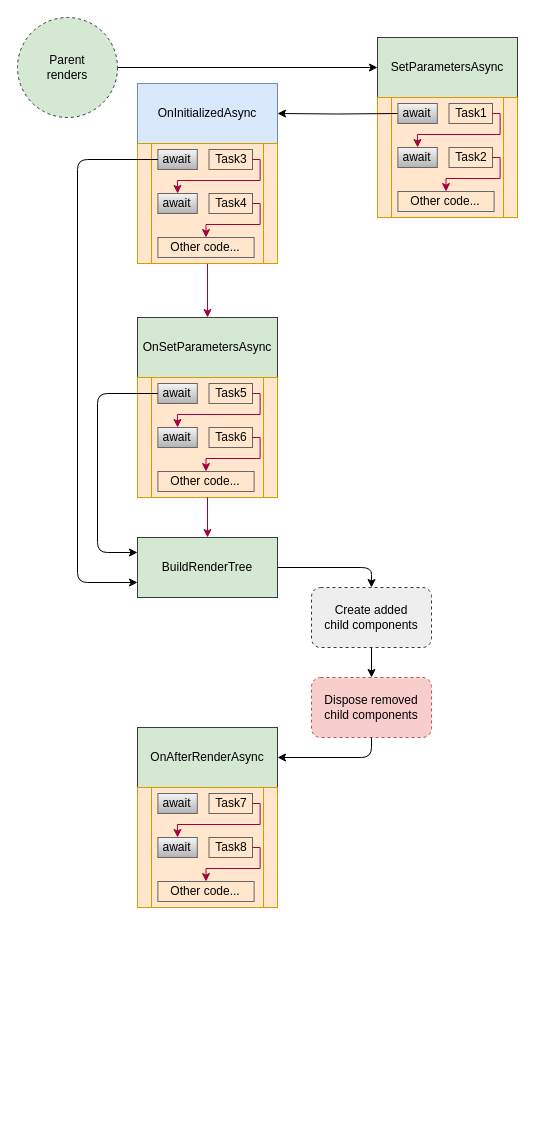
Before: assets/component-lifecycle-await.drawio in mrpmorris/blazor-university, a draw.io diagram. Source tidied: cells renumbered, new cells numbered last; positions are measured from the earlier drawing's top-left corner, leaving out a move shared by most shapes. Both pictures are drawn from the tidied source at 100%, with x=0, y=0 at pixel (17, 17).
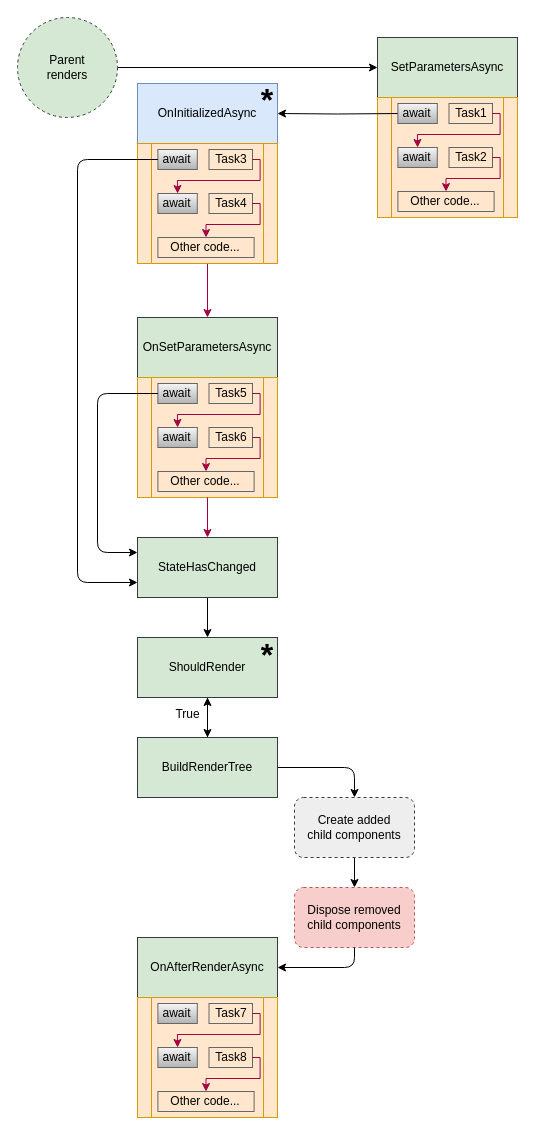
The same diagram, later.

Change to the diagram source:
```diff
@@
+    <mxCell id="55" style="edgeStyle=orthogonalEdgeStyle;rounded=0;jettySize=auto;html=1;entryX=0.5;entryY=0;entryDx=0;entryDy=0;fontSize=32;" parent="1" edge="1" source="5" target="58">
+      <mxGeometry relative="1" as="geometry" />
+    </mxCell>
-    <mxCell id="5" value="BuildRenderTree" style="rounded=0;whiteSpace=wrap;html=1;fontSize=12;strokeColor=#36393d;fillColor=#D5E8D4;" parent="1" vertex="1">
+    <mxCell id="5" value="StateHasChanged" style="rounded=0;whiteSpace=wrap;html=1;fontSize=12;strokeColor=#36393d;fillColor=#D5E8D4;" parent="1" vertex="1">
       <mxGeometry x="120" y="520" width="140" height="60" as="geometry" />
     </mxCell>
@@
     <mxCell id="7" value="Create added&lt;br&gt;child components" style="rounded=1;whiteSpace=wrap;html=1;glass=0;dashed=1;fillColor=#eeeeee;fontSize=12;strokeColor=#36393d;" parent="1" vertex="1">
-      <mxGeometry x="294" y="570" width="120" height="60" as="geometry" />
+      <mxGeometry x="277" y="780" width="120" height="60" as="geometry" />
     </mxCell>
     <mxCell id="8" value="Dispose removed&lt;br&gt;child components" style="rounded=1;whiteSpace=wrap;html=1;glass=0;dashed=1;fillColor=#f8cecc;fontSize=12;strokeColor=#b85450;" parent="1" vertex="1">
-      <mxGeometry x="294" y="660" width="120" height="60" as="geometry" />
+      <mxGeometry x="277" y="870" width="120" height="60" as="geometry" />
     </mxCell>
     <mxCell id="9" value="OnAfterRenderAsync" style="rounded=0;whiteSpace=wrap;html=1;fontSize=12;strokeColor=#36393d;fillColor=#D5E8D4;" parent="1" vertex="1">
-      <mxGeometry x="120" y="710" width="140" height="60" as="geometry" />
+      <mxGeometry x="120" y="920" width="140" height="60" as="geometry" />
     </mxCell>
-    <mxCell id="10" style="endArrow=classic;html=1;fontSize=12;exitX=1;exitY=0.5;exitDx=0;exitDy=0;entryX=0.5;entryY=0;entryDx=0;entryDy=0;" parent="1" edge="1" source="5" target="7">
+    <mxCell id="10" style="endArrow=classic;html=1;fontSize=12;entryX=0.5;entryY=0;entryDx=0;entryDy=0;exitX=1;exitY=0.5;exitDx=0;exitDy=0;" parent="1" edge="1" source="60" target="7">
       <mxGeometry relative="1" as="geometry">
         <Array as="points">
-          <mxPoint x="354" y="550" />
+          <mxPoint x="337" y="750" />
         </Array>
       </mxGeometry>
     </mxCell>
     <mxCell id="11" style="endArrow=classic;html=1;fontSize=12;exitX=0.5;exitY=1;exitDx=0;exitDy=0;entryX=1;entryY=0.5;entryDx=0;entryDy=0;" parent="1" edge="1" source="8" target="9">
       <mxGeometry relative="1" as="geometry">
         <Array as="points">
-          <mxPoint x="354" y="740" />
+          <mxPoint x="337" y="950" />
         </Array>
       </mxGeometry>
     </mxCell>
@@
     <mxCell id="46" style="group;" parent="1" vertex="1">
-      <mxGeometry x="120" y="770" width="140" height="120" as="geometry" />
+      <mxGeometry x="120" y="980" width="140" height="120" as="geometry" />
     </mxCell>
@@
+    <mxCell id="56" value="*" style="text;html=1;strokeColor=none;fillColor=none;align=center;verticalAlign=middle;whiteSpace=wrap;rounded=0;fontSize=32;fontStyle=1;" parent="1" vertex="1">
+      <mxGeometry x="230" y="73" width="40" height="20" as="geometry" />
+    </mxCell>
+    <mxCell id="57" value="&lt;font style=&quot;font-size: 12px&quot;&gt;True&lt;/font&gt;" style="edgeStyle=orthogonalEdgeStyle;rounded=0;jettySize=auto;html=1;entryX=0.5;entryY=0;entryDx=0;entryDy=0;fontSize=32;" parent="1" edge="1" source="58" target="60">
+      <mxGeometry x="-0.5" y="-20" relative="1" as="geometry" />
+    </mxCell>
+    <mxCell id="58" value="ShouldRender" style="rounded=0;whiteSpace=wrap;html=1;fontSize=12;strokeColor=#36393d;fillColor=#D5E8D4;" parent="1" vertex="1">
+      <mxGeometry x="120" y="620" width="140" height="60" as="geometry" />
+    </mxCell>
+    <mxCell id="59" style="edgeStyle=orthogonalEdgeStyle;rounded=0;jettySize=auto;html=1;fontSize=32;" parent="1" edge="1" source="60" target="58">
+      <mxGeometry relative="1" as="geometry" />
+    </mxCell>
+    <mxCell id="60" value="BuildRenderTree" style="rounded=0;whiteSpace=wrap;html=1;fontSize=12;strokeColor=#36393d;fillColor=#D5E8D4;" parent="1" vertex="1">
+      <mxGeometry x="120" y="720" width="140" height="60" as="geometry" />
+    </mxCell>
+    <mxCell id="61" value="*" style="text;html=1;strokeColor=none;fillColor=none;align=center;verticalAlign=middle;whiteSpace=wrap;rounded=0;fontSize=32;fontStyle=1;" parent="1" vertex="1">
+      <mxGeometry x="230" y="628" width="40" height="20" as="geometry" />
+    </mxCell>
```
